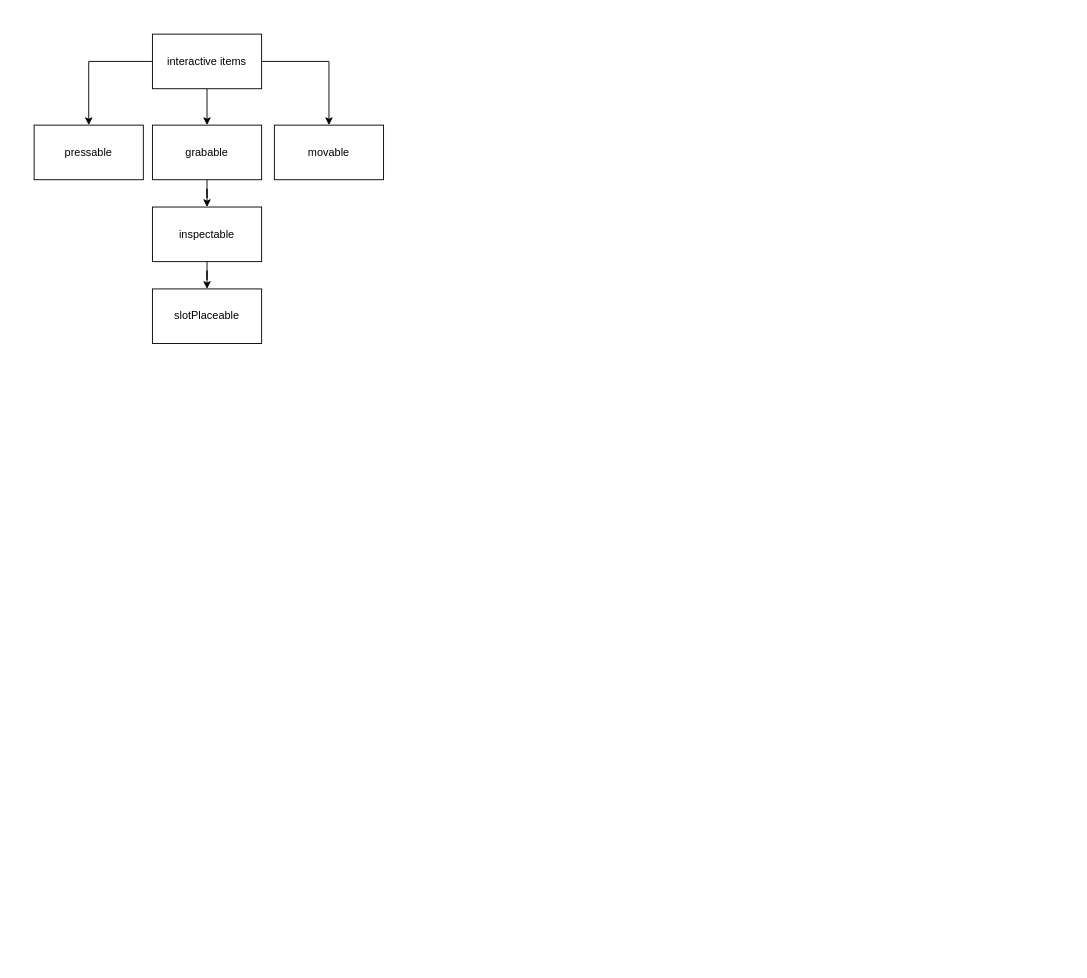
Above: ERS/ers.drawio in gillenormand/drawio (draw.io), before the change. Source tidied: cells renumbered, new cells numbered last; positions are measured from the earlier drawing's top-left corner, leaving out a move shared by most shapes. Both pictures are drawn from the tidied source at 91%, with x=0, y=0 at pixel (34, 34).
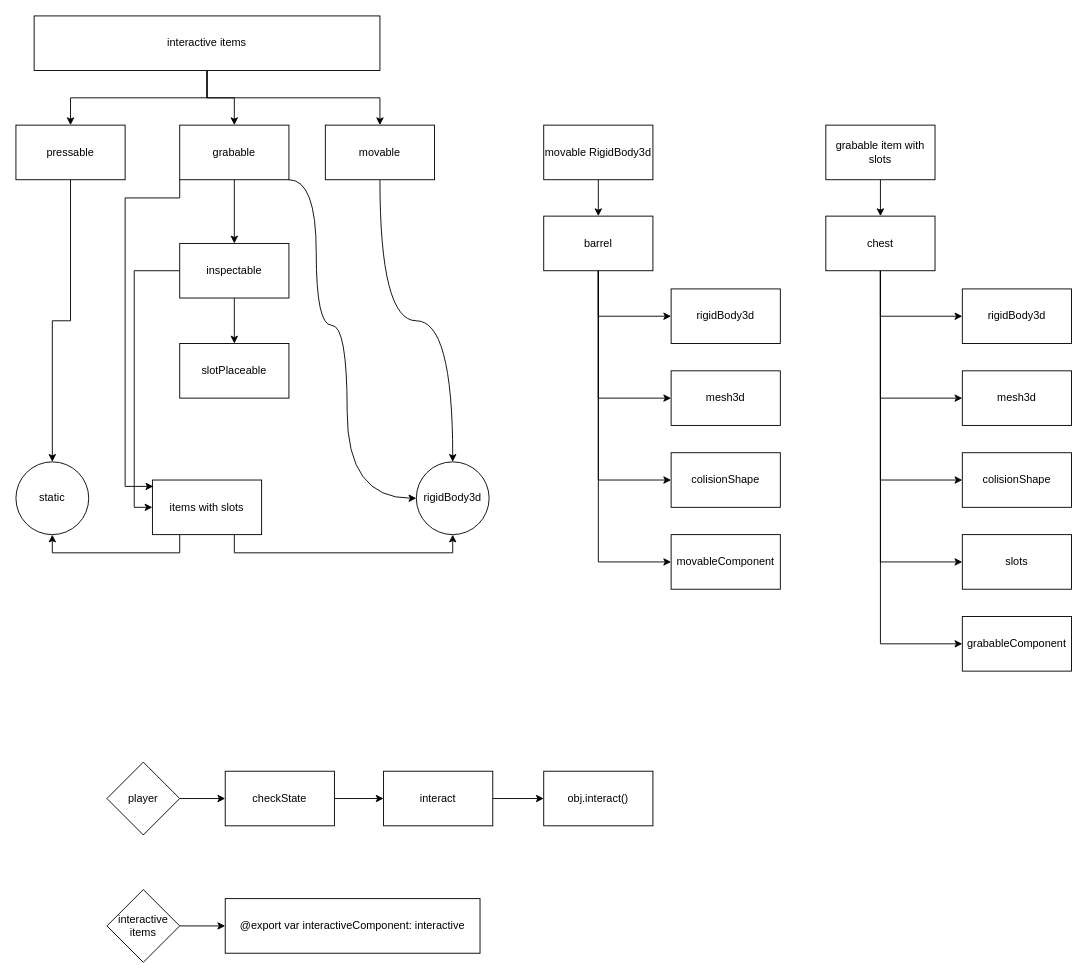
After the change.

Change to the diagram source:
```diff
@@
     <mxCell id="5" value="interactive items" style="rounded=0;whiteSpace=wrap;html=1;" parent="1" vertex="1">
-      <mxGeometry x="130" width="120" height="60" as="geometry" />
+      <mxGeometry y="-20" width="380" height="60" as="geometry" />
     </mxCell>
@@
+    <mxCell id="13" style="edgeStyle=orthogonalEdgeStyle;rounded=0;jettySize=auto;html=1;exitX=1;exitY=1;exitDx=0;exitDy=0;curved=1;" parent="1" edge="1" source="7" target="18">
+      <mxGeometry relative="1" as="geometry">
+        <Array as="points">
+          <mxPoint x="310" y="160" />
+          <mxPoint x="310" y="320" />
+          <mxPoint x="344" y="320" />
+          <mxPoint x="344" y="510" />
+        </Array>
+      </mxGeometry>
+    </mxCell>
     <mxCell id="7" value="grabable" style="rounded=0;whiteSpace=wrap;html=1;" parent="1" vertex="1">
-      <mxGeometry x="130" y="100" width="120" height="60" as="geometry" />
+      <mxGeometry x="160" y="100" width="120" height="60" as="geometry" />
     </mxCell>
@@
+    <mxCell id="14" style="edgeStyle=orthogonalEdgeStyle;rounded=0;jettySize=auto;html=1;exitX=0;exitY=0.5;exitDx=0;exitDy=0;entryX=0;entryY=0.5;entryDx=0;entryDy=0;" parent="1" edge="1" source="9" target="21">
+      <mxGeometry relative="1" as="geometry" />
+    </mxCell>
     <mxCell id="9" value="inspectable" style="whiteSpace=wrap;html=1;rounded=0;" parent="1" vertex="1">
-      <mxGeometry x="130" y="190" width="120" height="60" as="geometry" />
+      <mxGeometry x="160" y="230" width="120" height="60" as="geometry" />
     </mxCell>
+    <mxCell id="15" style="edgeStyle=orthogonalEdgeStyle;rounded=0;jettySize=auto;html=1;exitX=0.5;exitY=1;exitDx=0;exitDy=0;entryX=0.5;entryY=0;entryDx=0;entryDy=0;curved=1;" parent="1" edge="1" source="10" target="18">
+      <mxGeometry relative="1" as="geometry" />
+    </mxCell>
     <mxCell id="10" value="movable" style="whiteSpace=wrap;html=1;rounded=0;" parent="1" vertex="1">
-      <mxGeometry x="264" y="100" width="120" height="60" as="geometry" />
+      <mxGeometry x="320" y="100" width="120" height="60" as="geometry" />
     </mxCell>
+    <mxCell id="16" style="edgeStyle=orthogonalEdgeStyle;rounded=0;jettySize=auto;html=1;" parent="1" edge="1" source="11" target="17">
+      <mxGeometry relative="1" as="geometry" />
+    </mxCell>
     <mxCell id="11" value="pressable" style="whiteSpace=wrap;html=1;rounded=0;" parent="1" vertex="1">
-      <mxGeometry y="100" width="120" height="60" as="geometry" />
+      <mxGeometry x="-20" y="100" width="120" height="60" as="geometry" />
     </mxCell>
     <mxCell id="12" value="slotPlaceable" style="whiteSpace=wrap;html=1;rounded=0;" parent="1" vertex="1">
-      <mxGeometry x="130" y="280" width="120" height="60" as="geometry" />
+      <mxGeometry x="160" y="340" width="120" height="60" as="geometry" />
     </mxCell>
+    <mxCell id="17" value="static" style="ellipse;whiteSpace=wrap;html=1;rounded=0;" parent="1" vertex="1">
+      <mxGeometry x="-20" y="470" width="80" height="80" as="geometry" />
+    </mxCell>
+    <mxCell id="18" value="rigidBody3d" style="ellipse;whiteSpace=wrap;html=1;" parent="1" vertex="1">
+      <mxGeometry x="420" y="470" width="80" height="80" as="geometry" />
+    </mxCell>
+    <mxCell id="19" style="edgeStyle=orthogonalEdgeStyle;rounded=0;jettySize=auto;html=1;exitX=0.25;exitY=1;exitDx=0;exitDy=0;entryX=0.5;entryY=1;entryDx=0;entryDy=0;" parent="1" edge="1" source="21" target="17">
+      <mxGeometry relative="1" as="geometry">
+        <Array as="points">
+          <mxPoint x="160" y="570" />
+          <mxPoint x="20" y="570" />
+        </Array>
+      </mxGeometry>
+    </mxCell>
+    <mxCell id="20" style="edgeStyle=orthogonalEdgeStyle;rounded=0;jettySize=auto;html=1;exitX=0.75;exitY=1;exitDx=0;exitDy=0;entryX=0.5;entryY=1;entryDx=0;entryDy=0;" parent="1" edge="1" source="21" target="18">
+      <mxGeometry relative="1" as="geometry" />
+    </mxCell>
+    <mxCell id="21" value="items with slots" style="rounded=0;whiteSpace=wrap;html=1;" parent="1" vertex="1">
+      <mxGeometry x="130" y="490" width="120" height="60" as="geometry" />
+    </mxCell>
+    <mxCell id="22" style="edgeStyle=orthogonalEdgeStyle;rounded=0;jettySize=auto;html=1;exitX=0;exitY=1;exitDx=0;exitDy=0;entryX=0.008;entryY=0.117;entryDx=0;entryDy=0;entryPerimeter=0;" parent="1" edge="1" source="7" target="21">
+      <mxGeometry relative="1" as="geometry">
+        <Array as="points">
+          <mxPoint x="160" y="180" />
+          <mxPoint x="100" y="180" />
+          <mxPoint x="100" y="497" />
+        </Array>
+      </mxGeometry>
+    </mxCell>
+    <mxCell id="23" style="edgeStyle=orthogonalEdgeStyle;rounded=0;jettySize=auto;html=1;" parent="1" edge="1" source="24" target="28">
+      <mxGeometry relative="1" as="geometry" />
+    </mxCell>
+    <mxCell id="24" value="movable RigidBody3d" style="rounded=0;whiteSpace=wrap;html=1;" parent="1" vertex="1">
+      <mxGeometry x="560" y="100" width="120" height="60" as="geometry" />
+    </mxCell>
+    <mxCell id="25" style="edgeStyle=orthogonalEdgeStyle;rounded=0;jettySize=auto;html=1;exitX=0.5;exitY=1;exitDx=0;exitDy=0;entryX=0;entryY=0.5;entryDx=0;entryDy=0;" parent="1" edge="1" source="28" target="32">
+      <mxGeometry relative="1" as="geometry" />
+    </mxCell>
+    <mxCell id="26" style="edgeStyle=orthogonalEdgeStyle;rounded=0;jettySize=auto;html=1;exitX=0.5;exitY=1;exitDx=0;exitDy=0;entryX=0;entryY=0.5;entryDx=0;entryDy=0;" parent="1" edge="1" source="28" target="29">
+      <mxGeometry relative="1" as="geometry" />
+    </mxCell>
+    <mxCell id="27" style="edgeStyle=orthogonalEdgeStyle;rounded=0;jettySize=auto;html=1;exitX=0.5;exitY=1;exitDx=0;exitDy=0;entryX=0;entryY=0.5;entryDx=0;entryDy=0;" parent="1" edge="1" source="28" target="33">
+      <mxGeometry relative="1" as="geometry" />
+    </mxCell>
+    <mxCell id="28" value="barrel" style="whiteSpace=wrap;html=1;rounded=0;" parent="1" vertex="1">
+      <mxGeometry x="560" y="200" width="120" height="60" as="geometry" />
+    </mxCell>
+    <mxCell id="29" value="rigidBody3d" style="rounded=0;whiteSpace=wrap;html=1;" parent="1" vertex="1">
+      <mxGeometry x="700" y="280" width="120" height="60" as="geometry" />
+    </mxCell>
+    <mxCell id="30" style="edgeStyle=orthogonalEdgeStyle;rounded=0;jettySize=auto;html=1;exitX=0;exitY=0.5;exitDx=0;exitDy=0;entryX=0.5;entryY=1;entryDx=0;entryDy=0;endArrow=none;endFill=0;startArrow=classic;startFill=1;" parent="1" edge="1" source="31" target="28">
+      <mxGeometry relative="1" as="geometry" />
+    </mxCell>
+    <mxCell id="31" value="mesh3d" style="rounded=0;whiteSpace=wrap;html=1;" parent="1" vertex="1">
+      <mxGeometry x="700" y="370" width="120" height="60" as="geometry" />
+    </mxCell>
+    <mxCell id="32" value="colisionShape" style="whiteSpace=wrap;html=1;rounded=0;" parent="1" vertex="1">
+      <mxGeometry x="700" y="460" width="120" height="60" as="geometry" />
+    </mxCell>
+    <mxCell id="33" value="movableComponent" style="rounded=0;whiteSpace=wrap;html=1;" parent="1" vertex="1">
+      <mxGeometry x="700" y="550" width="120" height="60" as="geometry" />
+    </mxCell>
+    <mxCell id="34" style="edgeStyle=orthogonalEdgeStyle;rounded=0;jettySize=auto;html=1;exitX=0.5;exitY=1;exitDx=0;exitDy=0;entryX=0.5;entryY=0;entryDx=0;entryDy=0;" parent="1" edge="1" source="35" target="41">
+      <mxGeometry relative="1" as="geometry" />
+    </mxCell>
+    <mxCell id="35" value="grabable item with slots" style="rounded=0;whiteSpace=wrap;html=1;" parent="1" vertex="1">
+      <mxGeometry x="870" y="100" width="120" height="60" as="geometry" />
+    </mxCell>
+    <mxCell id="36" style="edgeStyle=orthogonalEdgeStyle;rounded=0;jettySize=auto;html=1;exitX=0.5;exitY=1;exitDx=0;exitDy=0;entryX=0;entryY=0.5;entryDx=0;entryDy=0;" parent="1" edge="1" source="41" target="44">
+      <mxGeometry relative="1" as="geometry" />
+    </mxCell>
+    <mxCell id="37" style="edgeStyle=orthogonalEdgeStyle;rounded=0;jettySize=auto;html=1;exitX=0.5;exitY=1;exitDx=0;exitDy=0;entryX=0;entryY=0.5;entryDx=0;entryDy=0;" parent="1" edge="1" source="41" target="42">
+      <mxGeometry relative="1" as="geometry" />
+    </mxCell>
+    <mxCell id="38" style="edgeStyle=orthogonalEdgeStyle;rounded=0;jettySize=auto;html=1;exitX=0.5;exitY=1;exitDx=0;exitDy=0;entryX=0;entryY=0.5;entryDx=0;entryDy=0;" parent="1" edge="1" source="41" target="43">
+      <mxGeometry relative="1" as="geometry" />
+    </mxCell>
+    <mxCell id="39" style="edgeStyle=orthogonalEdgeStyle;rounded=0;jettySize=auto;html=1;exitX=0.5;exitY=1;exitDx=0;exitDy=0;entryX=0;entryY=0.5;entryDx=0;entryDy=0;" parent="1" edge="1" source="41" target="45">
+      <mxGeometry relative="1" as="geometry" />
+    </mxCell>
+    <mxCell id="40" style="edgeStyle=orthogonalEdgeStyle;rounded=0;jettySize=auto;html=1;exitX=0.5;exitY=1;exitDx=0;exitDy=0;entryX=0;entryY=0.5;entryDx=0;entryDy=0;" parent="1" edge="1" source="41" target="46">
+      <mxGeometry relative="1" as="geometry" />
+    </mxCell>
+    <mxCell id="41" value="chest" style="rounded=0;whiteSpace=wrap;html=1;" parent="1" vertex="1">
+      <mxGeometry x="870" y="200" width="120" height="60" as="geometry" />
+    </mxCell>
+    <mxCell id="42" value="mesh3d" style="rounded=0;whiteSpace=wrap;html=1;" parent="1" vertex="1">
+      <mxGeometry x="1020" y="370" width="120" height="60" as="geometry" />
+    </mxCell>
+    <mxCell id="43" value="colisionShape" style="whiteSpace=wrap;html=1;rounded=0;" parent="1" vertex="1">
+      <mxGeometry x="1020" y="460" width="120" height="60" as="geometry" />
+    </mxCell>
+    <mxCell id="44" value="rigidBody3d" style="rounded=0;whiteSpace=wrap;html=1;" parent="1" vertex="1">
+      <mxGeometry x="1020" y="280" width="120" height="60" as="geometry" />
+    </mxCell>
+    <mxCell id="45" value="grabableComponent" style="rounded=0;whiteSpace=wrap;html=1;" parent="1" vertex="1">
+      <mxGeometry x="1020" y="640" width="120" height="60" as="geometry" />
+    </mxCell>
+    <mxCell id="46" value="slots" style="rounded=0;whiteSpace=wrap;html=1;" parent="1" vertex="1">
+      <mxGeometry x="1020" y="550" width="120" height="60" as="geometry" />
+    </mxCell>
+    <mxCell id="47" style="edgeStyle=orthogonalEdgeStyle;rounded=0;jettySize=auto;html=1;exitX=1;exitY=0.5;exitDx=0;exitDy=0;entryX=0;entryY=0.5;entryDx=0;entryDy=0;" parent="1" edge="1" source="48" target="50">
+      <mxGeometry relative="1" as="geometry" />
+    </mxCell>
+    <mxCell id="48" value="player" style="rhombus;whiteSpace=wrap;html=1;" parent="1" vertex="1">
+      <mxGeometry x="80" y="800" width="80" height="80" as="geometry" />
+    </mxCell>
+    <mxCell id="49" style="edgeStyle=orthogonalEdgeStyle;rounded=0;jettySize=auto;html=1;exitX=1;exitY=0.5;exitDx=0;exitDy=0;entryX=0;entryY=0.5;entryDx=0;entryDy=0;" parent="1" edge="1" source="50" target="52">
+      <mxGeometry relative="1" as="geometry" />
+    </mxCell>
+    <mxCell id="50" value="checkState" style="rounded=0;whiteSpace=wrap;html=1;" parent="1" vertex="1">
+      <mxGeometry x="210" y="810" width="120" height="60" as="geometry" />
+    </mxCell>
+    <mxCell id="51" style="edgeStyle=orthogonalEdgeStyle;rounded=0;jettySize=auto;html=1;" parent="1" edge="1" source="52" target="53">
+      <mxGeometry relative="1" as="geometry" />
+    </mxCell>
+    <mxCell id="52" value="interact" style="rounded=0;whiteSpace=wrap;html=1;" parent="1" vertex="1">
+      <mxGeometry x="384" y="810" width="120" height="60" as="geometry" />
+    </mxCell>
+    <mxCell id="53" value="obj.interact()" style="whiteSpace=wrap;html=1;rounded=0;" parent="1" vertex="1">
+      <mxGeometry x="560" y="810" width="120" height="60" as="geometry" />
+    </mxCell>
+    <mxCell id="54" style="edgeStyle=orthogonalEdgeStyle;rounded=0;jettySize=auto;html=1;" parent="1" edge="1" source="55" target="56">
+      <mxGeometry relative="1" as="geometry" />
+    </mxCell>
+    <mxCell id="55" value="interactive&lt;div&gt;items&lt;/div&gt;" style="rhombus;whiteSpace=wrap;html=1;" parent="1" vertex="1">
+      <mxGeometry x="80" y="940" width="80" height="80" as="geometry" />
+    </mxCell>
+    <mxCell id="56" value="@export var interactiveComponent: interactive" style="whiteSpace=wrap;html=1;" parent="1" vertex="1">
+      <mxGeometry x="210" y="950" width="280" height="60" as="geometry" />
+    </mxCell>
```
